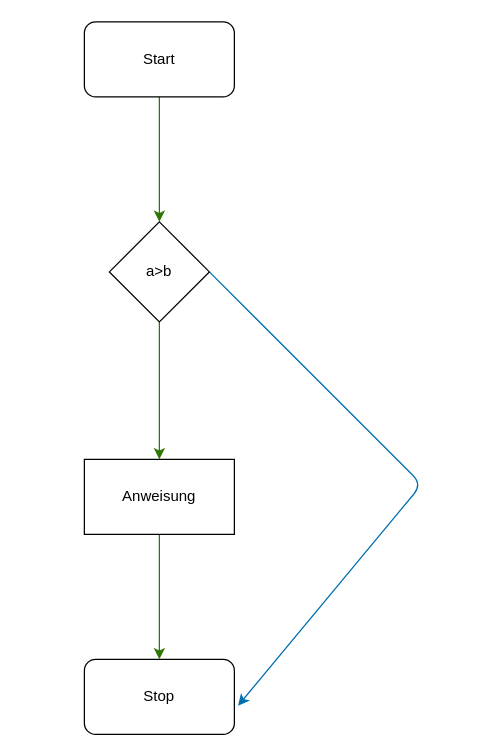
This is pap.drawio from PP-OOP-SE-22/03_Entscheidungsstrukturen, a draw.io file, before an edit. Source tidied: cells renumbered, new cells numbered last; positions are measured from the earlier drawing's top-left corner, leaving out a move shared by most shapes. Both pictures are drawn from the tidied source at 125%, with x=0, y=0 at pixel (84, 21).
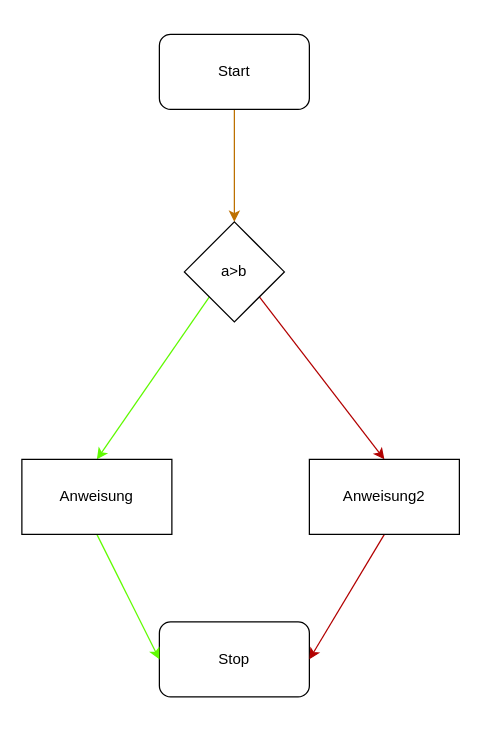
The same diagram, later.

Diff of the diagram source:
```diff
@@
 <mxGraphModel>
   <root>
     <mxCell id="0" />
     <mxCell id="1" parent="0" />
-    <mxCell id="2" style="edgeStyle=none;html=1;exitX=0.5;exitY=1;exitDx=0;exitDy=0;entryX=0.5;entryY=0;entryDx=0;entryDy=0;fillColor=#60a917;strokeColor=#2D7600;" parent="1" edge="1" source="3" target="7">
+    <mxCell id="2" style="edgeStyle=none;html=1;exitX=0.5;exitY=1;exitDx=0;exitDy=0;entryX=0.5;entryY=0;entryDx=0;entryDy=0;fillColor=#f0a30a;strokeColor=#BD7000;" parent="1" edge="1" source="3" target="7">
       <mxGeometry relative="1" as="geometry" />
     </mxCell>
     <mxCell id="3" value="Start" style="rounded=1;whiteSpace=wrap;html=1;" parent="1" vertex="1">
-      <mxGeometry width="120" height="60" as="geometry" />
+      <mxGeometry x="60" y="10" width="120" height="60" as="geometry" />
     </mxCell>
     <mxCell id="4" value="Stop" style="rounded=1;whiteSpace=wrap;html=1;" parent="1" vertex="1">
-      <mxGeometry y="510" width="120" height="60" as="geometry" />
+      <mxGeometry x="60" y="480" width="120" height="60" as="geometry" />
     </mxCell>
-    <mxCell id="5" style="edgeStyle=none;html=1;exitX=0.5;exitY=1;exitDx=0;exitDy=0;entryX=0.5;entryY=0;entryDx=0;entryDy=0;fillColor=#60a917;strokeColor=#2D7600;" parent="1" edge="1" source="7" target="9">
+    <mxCell id="5" style="edgeStyle=none;html=1;exitX=0;exitY=1;exitDx=0;exitDy=0;entryX=0.5;entryY=0;entryDx=0;entryDy=0;fillColor=#60a917;strokeColor=#5FFA00;" parent="1" edge="1" source="7" target="9">
       <mxGeometry relative="1" as="geometry" />
     </mxCell>
-    <mxCell id="6" style="edgeStyle=none;html=1;exitX=1;exitY=0.5;exitDx=0;exitDy=0;fillColor=#1ba1e2;strokeColor=#006EAF;" parent="1" edge="1" source="7">
-      <mxGeometry relative="1" as="geometry">
-        <mxPoint x="123" y="547" as="targetPoint" />
-        <Array as="points">
-          <mxPoint x="270" y="370" />
-        </Array>
-      </mxGeometry>
-    </mxCell>
+    <mxCell id="10" style="edgeStyle=none;html=1;exitX=1;exitY=1;exitDx=0;exitDy=0;entryX=0.5;entryY=0;entryDx=0;entryDy=0;fillColor=#e51400;strokeColor=#B20000;" parent="1" edge="1" source="7" target="12">
+      <mxGeometry relative="1" as="geometry" />
+    </mxCell>
     <mxCell id="7" value="a&amp;gt;b" style="rhombus;whiteSpace=wrap;html=1;" parent="1" vertex="1">
-      <mxGeometry x="20" y="160" width="80" height="80" as="geometry" />
+      <mxGeometry x="80" y="160" width="80" height="80" as="geometry" />
     </mxCell>
-    <mxCell id="8" style="edgeStyle=none;html=1;exitX=0.5;exitY=1;exitDx=0;exitDy=0;entryX=0.5;entryY=0;entryDx=0;entryDy=0;fillColor=#60a917;strokeColor=#2D7600;" parent="1" edge="1" source="9" target="4">
+    <mxCell id="8" style="edgeStyle=none;html=1;exitX=0.5;exitY=1;exitDx=0;exitDy=0;entryX=0;entryY=0.5;entryDx=0;entryDy=0;fillColor=#60a917;strokeColor=#60FC00;" parent="1" edge="1" source="9" target="4">
       <mxGeometry relative="1" as="geometry" />
     </mxCell>
     <mxCell id="9" value="Anweisung" style="rounded=0;whiteSpace=wrap;html=1;" parent="1" vertex="1">
-      <mxGeometry y="350" width="120" height="60" as="geometry" />
+      <mxGeometry x="-50" y="350" width="120" height="60" as="geometry" />
     </mxCell>
+    <mxCell id="11" style="edgeStyle=none;html=1;exitX=0.5;exitY=1;exitDx=0;exitDy=0;entryX=1;entryY=0.5;entryDx=0;entryDy=0;fillColor=#e51400;strokeColor=#B20000;" parent="1" edge="1" source="12" target="4">
+      <mxGeometry relative="1" as="geometry" />
+    </mxCell>
+    <mxCell id="12" value="Anweisung2" style="rounded=0;whiteSpace=wrap;html=1;" parent="1" vertex="1">
+      <mxGeometry x="180" y="350" width="120" height="60" as="geometry" />
+    </mxCell>
   </root>
 </mxGraphModel>
```
